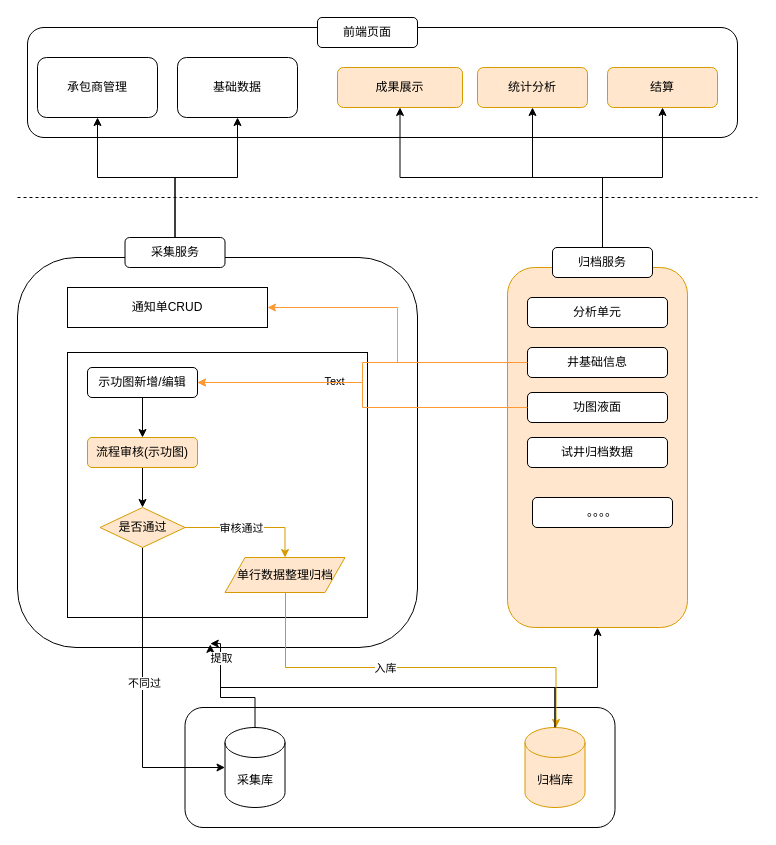
Above: 未命名绘图.drawio in eee1397/docker-compose-demo (draw.io), before the change. Source tidied: cells renumbered, new cells numbered last; positions are measured from the earlier drawing's top-left corner, leaving out a move shared by most shapes. Both pictures are drawn from the tidied source at 100%, with x=0, y=0 at pixel (17, 17).
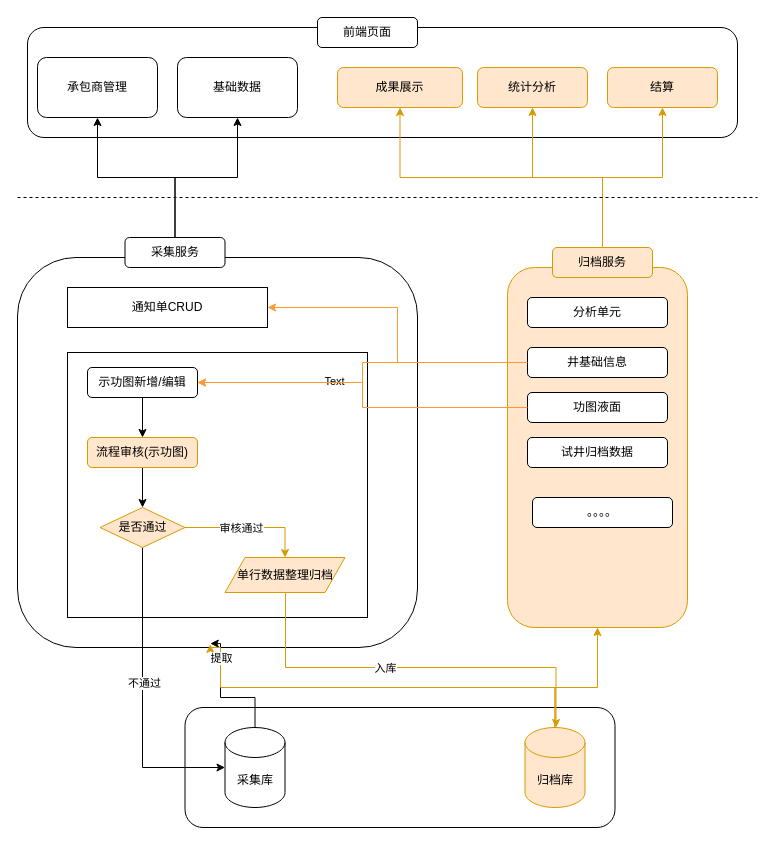
The same diagram, later.

Commit message:
更新未命名绘图.drawio

Unchanged cells that the change refers to:
```xml
<mxCell id="3" style="rounded=1;whiteSpace=wrap;html=1;fillColor=none;" parent="1" vertex="1">
  <mxGeometry y="240" width="400" height="390" as="geometry" />
</mxCell>
<mxCell id="7" value="归档库" style="shape=cylinder3;whiteSpace=wrap;html=1;boundedLbl=1;backgroundOutline=1;size=15;fillColor=#ffe6cc;strokeColor=#d79b00;" parent="1" vertex="1">
  <mxGeometry x="507.5" y="710" width="60" height="80" as="geometry" />
</mxCell>
<mxCell id="11" style="rounded=1;whiteSpace=wrap;html=1;fillColor=#ffe6cc;strokeColor=#d79b00;" parent="1" vertex="1">
  <mxGeometry x="490" y="250" width="180" height="360" as="geometry" />
</mxCell>
<mxCell id="25" value="成果展示" style="rounded=1;whiteSpace=wrap;html=1;fillColor=#ffe6cc;strokeColor=#d79b00;" parent="1" vertex="1">
  <mxGeometry x="320" y="50" width="125" height="40" as="geometry" />
</mxCell>
<mxCell id="26" value="统计分析" style="rounded=1;whiteSpace=wrap;html=1;fillColor=#ffe6cc;strokeColor=#d79b00;" parent="1" vertex="1">
  <mxGeometry x="460" y="50" width="110" height="40" as="geometry" />
</mxCell>
<mxCell id="28" value="结算" style="rounded=1;whiteSpace=wrap;html=1;fillColor=#ffe6cc;strokeColor=#d79b00;" parent="1" vertex="1">
  <mxGeometry x="590" y="50" width="110" height="40" as="geometry" />
</mxCell>
<mxCell id="45" style="edgeStyle=orthogonalEdgeStyle;rounded=0;jettySize=auto;html=1;" parent="1" edge="1" source="47" target="5">
  <mxGeometry relative="1" as="geometry">
    <Array as="points">
      <mxPoint x="125" y="750" />
    </Array>
  </mxGeometry>
</mxCell>
```

The edit, as a diff of the source:
```diff
@@
-    <mxCell id="6" style="edgeStyle=orthogonalEdgeStyle;rounded=0;jettySize=auto;html=1;entryX=0.5;entryY=1;entryDx=0;entryDy=0;" parent="1" edge="1" source="7" target="11">
+    <mxCell id="6" style="edgeStyle=orthogonalEdgeStyle;rounded=0;jettySize=auto;html=1;entryX=0.5;entryY=1;entryDx=0;entryDy=0;fillColor=#ffe6cc;strokeColor=#d79b00;" parent="1" edge="1" source="7" target="11">
       <mxGeometry relative="1" as="geometry">
         <Array as="points">
           <mxPoint x="538" y="670" />
           <mxPoint x="580" y="670" />
         </Array>
       </mxGeometry>
     </mxCell>
@@
-    <mxCell id="12" style="edgeStyle=orthogonalEdgeStyle;rounded=0;jettySize=auto;html=1;" parent="1" edge="1" source="15" target="28">
+    <mxCell id="12" style="edgeStyle=orthogonalEdgeStyle;rounded=0;jettySize=auto;html=1;fillColor=#ffe6cc;strokeColor=#d79b00;" parent="1" edge="1" source="15" target="28">
       <mxGeometry relative="1" as="geometry" />
     </mxCell>
-    <mxCell id="13" style="edgeStyle=orthogonalEdgeStyle;rounded=0;jettySize=auto;html=1;" parent="1" edge="1" source="15" target="26">
+    <mxCell id="13" style="edgeStyle=orthogonalEdgeStyle;rounded=0;jettySize=auto;html=1;fillColor=#ffe6cc;strokeColor=#d79b00;" parent="1" edge="1" source="15" target="26">
       <mxGeometry relative="1" as="geometry" />
     </mxCell>
-    <mxCell id="14" style="edgeStyle=orthogonalEdgeStyle;rounded=0;jettySize=auto;html=1;entryX=0.5;entryY=1;entryDx=0;entryDy=0;" parent="1" edge="1" source="15" target="25">
+    <mxCell id="14" style="edgeStyle=orthogonalEdgeStyle;rounded=0;jettySize=auto;html=1;entryX=0.5;entryY=1;entryDx=0;entryDy=0;fillColor=#ffe6cc;strokeColor=#d79b00;" parent="1" edge="1" source="15" target="25">
       <mxGeometry relative="1" as="geometry">
         <Array as="points">
           <mxPoint x="585" y="160" />
           <mxPoint x="383" y="160" />
         </Array>
       </mxGeometry>
     </mxCell>
-    <mxCell id="15" value="归档服务" style="rounded=1;whiteSpace=wrap;html=1;" parent="1" vertex="1">
+    <mxCell id="15" value="归档服务" style="rounded=1;whiteSpace=wrap;html=1;fillColor=#ffe6cc;strokeColor=#d79b00;" parent="1" vertex="1">
       <mxGeometry x="535" y="230" width="100" height="30" as="geometry" />
     </mxCell>
@@
-    <mxCell id="41" style="edgeStyle=orthogonalEdgeStyle;rounded=0;jettySize=auto;html=1;entryX=0.482;entryY=0.992;entryDx=0;entryDy=0;entryPerimeter=0;" parent="1" edge="1" source="7" target="3">
+    <mxCell id="41" style="edgeStyle=orthogonalEdgeStyle;rounded=0;jettySize=auto;html=1;entryX=0.482;entryY=0.992;entryDx=0;entryDy=0;entryPerimeter=0;fillColor=#ffe6cc;strokeColor=#d79b00;" parent="1" edge="1" source="7" target="3">
       <mxGeometry relative="1" as="geometry">
         <Array as="points">
           <mxPoint x="538" y="670" />
           <mxPoint x="203" y="670" />
           <mxPoint x="203" y="630" />
           <mxPoint x="193" y="630" />
         </Array>
       </mxGeometry>
     </mxCell>
@@
-    <mxCell id="46" value="不同过" style="edgeLabel;html=1;align=center;verticalAlign=middle;" parent="45" vertex="1">
+    <mxCell id="46" value="不通过" style="edgeLabel;html=1;align=center;verticalAlign=middle;" parent="45" vertex="1">
       <mxGeometry x="-0.11" y="1" relative="1" as="geometry" />
     </mxCell>
```
